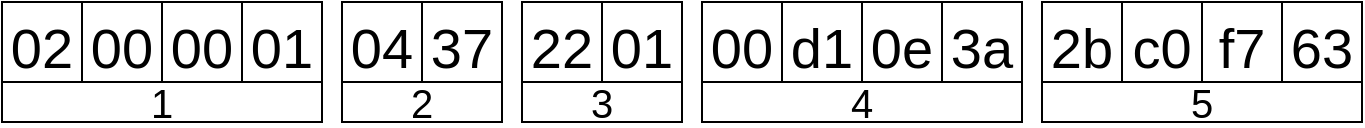
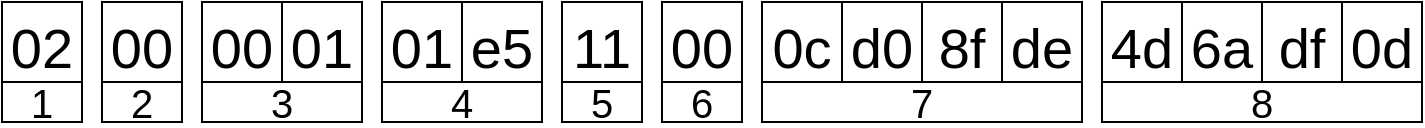
<mxfile host="app.diagrams.net" agent="Mozilla/5.0 (X11; Linux x86_64; rv:147.0) Gecko/20100101 Firefox/147.0">
  <diagram name="DVRIP/Sofia Message Header" id="KDaNXGjz3kvydB2Td9QD">
    <mxGraphModel dx="1402" dy="767" grid="1" gridSize="10" guides="1" tooltips="1" connect="1" arrows="1" fold="1" page="1" pageScale="1" pageWidth="850" pageHeight="1100" math="0" shadow="0">
      <root>
        <mxCell id="0" />
        <mxCell id="1" parent="0" />
        <mxCell id="Yaexr5yHiFQsjeD_5HmC-1" parent="1" style="whiteSpace=wrap;html=1;aspect=fixed;fontSize=28;verticalAlign=top;" value="02" vertex="1">
          <mxGeometry height="40" width="40" x="10" y="360" as="geometry" />
        </mxCell>
        <mxCell id="Yaexr5yHiFQsjeD_5HmC-2" parent="1" style="whiteSpace=wrap;html=1;aspect=fixed;fontSize=28;verticalAlign=top;" value="00" vertex="1">
-           <mxGeometry height="40" width="40" x="50" y="360" as="geometry" />
+           <mxGeometry height="40" width="40" x="60" y="360" as="geometry" />
        </mxCell>
        <mxCell id="Yaexr5yHiFQsjeD_5HmC-3" parent="1" style="whiteSpace=wrap;html=1;aspect=fixed;fontSize=28;verticalAlign=top;" value="00" vertex="1">
-           <mxGeometry height="40" width="40" x="90" y="360" as="geometry" />
+           <mxGeometry height="40" width="40" x="110" y="360" as="geometry" />
        </mxCell>
        <mxCell id="Yaexr5yHiFQsjeD_5HmC-4" parent="1" style="whiteSpace=wrap;html=1;aspect=fixed;fontSize=28;verticalAlign=top;" value="01" vertex="1">
-           <mxGeometry height="40" width="40" x="130" y="360" as="geometry" />
+           <mxGeometry height="40" width="40" x="150" y="360" as="geometry" />
        </mxCell>
-         <mxCell id="Yaexr5yHiFQsjeD_5HmC-5" parent="1" style="whiteSpace=wrap;html=1;aspect=fixed;fontSize=28;verticalAlign=top;" value="04" vertex="1">
-           <mxGeometry height="40" width="40" x="180" y="360" as="geometry" />
+         <mxCell id="Yaexr5yHiFQsjeD_5HmC-5" parent="1" style="whiteSpace=wrap;html=1;aspect=fixed;fontSize=28;verticalAlign=top;" value="01" vertex="1">
+           <mxGeometry height="40" width="40" x="200" y="360" as="geometry" />
        </mxCell>
-         <mxCell id="Yaexr5yHiFQsjeD_5HmC-6" parent="1" style="whiteSpace=wrap;html=1;aspect=fixed;fontSize=28;verticalAlign=top;" value="37" vertex="1">
-           <mxGeometry height="40" width="40" x="220" y="360" as="geometry" />
+         <mxCell id="Yaexr5yHiFQsjeD_5HmC-6" parent="1" style="whiteSpace=wrap;html=1;aspect=fixed;fontSize=28;verticalAlign=top;" value="e5" vertex="1">
+           <mxGeometry height="40" width="40" x="240" y="360" as="geometry" />
        </mxCell>
-         <mxCell id="Yaexr5yHiFQsjeD_5HmC-7" parent="1" style="whiteSpace=wrap;html=1;aspect=fixed;fontSize=28;verticalAlign=top;" value="22" vertex="1">
-           <mxGeometry height="40" width="40" x="270" y="360" as="geometry" />
+         <mxCell id="Yaexr5yHiFQsjeD_5HmC-7" parent="1" style="whiteSpace=wrap;html=1;aspect=fixed;fontSize=28;verticalAlign=top;" value="11" vertex="1">
+           <mxGeometry height="40" width="40" x="290" y="360" as="geometry" />
        </mxCell>
-         <mxCell id="Yaexr5yHiFQsjeD_5HmC-8" parent="1" style="whiteSpace=wrap;html=1;aspect=fixed;fontSize=28;verticalAlign=top;" value="01" vertex="1">
-           <mxGeometry height="40" width="40" x="310" y="360" as="geometry" />
+         <mxCell id="Yaexr5yHiFQsjeD_5HmC-8" parent="1" style="whiteSpace=wrap;html=1;aspect=fixed;fontSize=28;verticalAlign=top;" value="00" vertex="1">
+           <mxGeometry height="40" width="40" x="340" y="360" as="geometry" />
        </mxCell>
-         <mxCell id="Yaexr5yHiFQsjeD_5HmC-9" parent="1" style="whiteSpace=wrap;html=1;aspect=fixed;fontSize=28;verticalAlign=top;" value="00" vertex="1">
-           <mxGeometry height="40" width="40" x="360" y="360" as="geometry" />
+         <mxCell id="Yaexr5yHiFQsjeD_5HmC-9" parent="1" style="whiteSpace=wrap;html=1;aspect=fixed;fontSize=28;verticalAlign=top;" value="0c" vertex="1">
+           <mxGeometry height="40" width="40" x="390" y="360" as="geometry" />
        </mxCell>
-         <mxCell id="Yaexr5yHiFQsjeD_5HmC-10" parent="1" style="whiteSpace=wrap;html=1;aspect=fixed;fontSize=28;verticalAlign=top;" value="d1" vertex="1">
-           <mxGeometry height="40" width="40" x="400" y="360" as="geometry" />
+         <mxCell id="Yaexr5yHiFQsjeD_5HmC-10" parent="1" style="whiteSpace=wrap;html=1;aspect=fixed;fontSize=28;verticalAlign=top;" value="d0" vertex="1">
+           <mxGeometry height="40" width="40" x="430" y="360" as="geometry" />
        </mxCell>
-         <mxCell id="Yaexr5yHiFQsjeD_5HmC-11" parent="1" style="whiteSpace=wrap;html=1;aspect=fixed;fontSize=28;verticalAlign=top;" value="0e" vertex="1">
-           <mxGeometry height="40" width="40" x="440" y="360" as="geometry" />
+         <mxCell id="Yaexr5yHiFQsjeD_5HmC-11" parent="1" style="whiteSpace=wrap;html=1;aspect=fixed;fontSize=28;verticalAlign=top;" value="8f" vertex="1">
+           <mxGeometry height="40" width="40" x="470" y="360" as="geometry" />
        </mxCell>
-         <mxCell id="Yaexr5yHiFQsjeD_5HmC-12" parent="1" style="whiteSpace=wrap;html=1;aspect=fixed;fontSize=28;verticalAlign=top;" value="3a" vertex="1">
-           <mxGeometry height="40" width="40" x="480" y="360" as="geometry" />
+         <mxCell id="Yaexr5yHiFQsjeD_5HmC-12" parent="1" style="whiteSpace=wrap;html=1;aspect=fixed;fontSize=28;verticalAlign=top;" value="de" vertex="1">
+           <mxGeometry height="40" width="40" x="510" y="360" as="geometry" />
        </mxCell>
-         <mxCell id="Yaexr5yHiFQsjeD_5HmC-13" parent="1" style="whiteSpace=wrap;html=1;aspect=fixed;fontSize=28;verticalAlign=top;" value="2b" vertex="1">
-           <mxGeometry height="40" width="40" x="530" y="360" as="geometry" />
+         <mxCell id="Yaexr5yHiFQsjeD_5HmC-13" parent="1" style="whiteSpace=wrap;html=1;aspect=fixed;fontSize=28;verticalAlign=top;" value="4d" vertex="1">
+           <mxGeometry height="40" width="40" x="560" y="360" as="geometry" />
        </mxCell>
-         <mxCell id="Yaexr5yHiFQsjeD_5HmC-14" parent="1" style="whiteSpace=wrap;html=1;aspect=fixed;fontSize=28;verticalAlign=top;" value="c0" vertex="1">
-           <mxGeometry height="40" width="40" x="570" y="360" as="geometry" />
+         <mxCell id="Yaexr5yHiFQsjeD_5HmC-14" parent="1" style="whiteSpace=wrap;html=1;aspect=fixed;fontSize=28;verticalAlign=top;" value="6a" vertex="1">
+           <mxGeometry height="40" width="40" x="600" y="360" as="geometry" />
        </mxCell>
-         <mxCell id="Yaexr5yHiFQsjeD_5HmC-15" parent="1" style="whiteSpace=wrap;html=1;aspect=fixed;fontSize=28;verticalAlign=top;" value="f7" vertex="1">
-           <mxGeometry height="40" width="40" x="610" y="360" as="geometry" />
+         <mxCell id="Yaexr5yHiFQsjeD_5HmC-15" parent="1" style="whiteSpace=wrap;html=1;aspect=fixed;fontSize=28;verticalAlign=top;" value="df" vertex="1">
+           <mxGeometry height="40" width="40" x="640" y="360" as="geometry" />
        </mxCell>
-         <mxCell id="Yaexr5yHiFQsjeD_5HmC-16" parent="1" style="whiteSpace=wrap;html=1;aspect=fixed;fontSize=28;verticalAlign=top;" value="63" vertex="1">
-           <mxGeometry height="40" width="40" x="650" y="360" as="geometry" />
+         <mxCell id="Yaexr5yHiFQsjeD_5HmC-16" parent="1" style="whiteSpace=wrap;html=1;aspect=fixed;fontSize=28;verticalAlign=top;" value="0d" vertex="1">
+           <mxGeometry height="40" width="40" x="680" y="360" as="geometry" />
        </mxCell>
        <mxCell id="Yaexr5yHiFQsjeD_5HmC-24" parent="1" style="whiteSpace=wrap;html=1;fontSize=20;verticalAlign=middle;imageAspect=1;imageHeight=12;" value="&lt;font&gt;1&lt;/font&gt;" vertex="1">
-           <mxGeometry height="20" width="160" x="10" y="400" as="geometry" />
+           <mxGeometry height="20" width="40" x="10" y="400" as="geometry" />
        </mxCell>
        <mxCell id="Yaexr5yHiFQsjeD_5HmC-25" parent="1" style="whiteSpace=wrap;html=1;fontSize=20;verticalAlign=middle;imageAspect=1;imageHeight=12;" value="&lt;font&gt;2&lt;/font&gt;" vertex="1">
-           <mxGeometry height="20" width="80" x="180" y="400" as="geometry" />
+           <mxGeometry height="20" width="40" x="60" y="400" as="geometry" />
        </mxCell>
        <mxCell id="Yaexr5yHiFQsjeD_5HmC-26" parent="1" style="whiteSpace=wrap;html=1;fontSize=20;verticalAlign=middle;imageAspect=1;imageHeight=12;" value="&lt;font&gt;3&lt;/font&gt;" vertex="1">
-           <mxGeometry height="20" width="80" x="270" y="400" as="geometry" />
+           <mxGeometry height="20" width="80" x="110" y="400" as="geometry" />
        </mxCell>
        <mxCell id="Yaexr5yHiFQsjeD_5HmC-27" parent="1" style="whiteSpace=wrap;html=1;fontSize=20;verticalAlign=middle;imageAspect=1;imageHeight=12;" value="&lt;font&gt;4&lt;/font&gt;" vertex="1">
-           <mxGeometry height="20" width="160" x="360" y="400" as="geometry" />
+           <mxGeometry height="20" width="80" x="200" y="400" as="geometry" />
        </mxCell>
        <mxCell id="Yaexr5yHiFQsjeD_5HmC-28" parent="1" style="whiteSpace=wrap;html=1;fontSize=20;verticalAlign=middle;imageAspect=1;imageHeight=12;" value="&lt;font&gt;5&lt;/font&gt;" vertex="1">
-           <mxGeometry height="20" width="160" x="530" y="400" as="geometry" />
+           <mxGeometry height="20" width="40" x="290" y="400" as="geometry" />
+         </mxCell>
+         <mxCell id="dPGwCYJ7-xj4Ers6cQtV-2" parent="1" style="whiteSpace=wrap;html=1;fontSize=20;verticalAlign=middle;imageAspect=1;imageHeight=12;" value="6" vertex="1">
+           <mxGeometry height="20" width="40" x="340" y="400" as="geometry" />
+         </mxCell>
+         <mxCell id="dPGwCYJ7-xj4Ers6cQtV-3" parent="1" style="whiteSpace=wrap;html=1;fontSize=20;verticalAlign=middle;imageAspect=1;imageHeight=12;" value="7" vertex="1">
+           <mxGeometry height="20" width="160" x="390" y="400" as="geometry" />
+         </mxCell>
+         <mxCell id="dPGwCYJ7-xj4Ers6cQtV-4" parent="1" style="whiteSpace=wrap;html=1;fontSize=20;verticalAlign=middle;imageAspect=1;imageHeight=12;" value="&lt;div&gt;8&lt;/div&gt;" vertex="1">
+           <mxGeometry height="20" width="160" x="560" y="400" as="geometry" />
        </mxCell>
      </root>
    </mxGraphModel>
  </diagram>
</mxfile>
